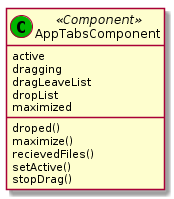
clm2609/VirtualDJ keeps this PlantUML diagram as out/doc/classes/AppTabsComponent.png. Above is the earlier version. The source it was exported from:
```plantuml
@startuml AppTabsComponent
class "AppTabsComponent" as tabs <<(C,#00b500) Component>>{
    active
    dragging
    dragLeaveList
    dropList
    maximized
    droped()
    maximize()
    recievedFiles()
    setActive()
    stopDrag()
}
@enduml
```
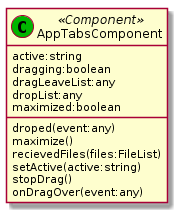
Later version of the same file.

What changed in the source:
```diff
@@ -1,14 +1,15 @@
 @startuml AppTabsComponent
 class "AppTabsComponent" as tabs <<(C,#00b500) Component>>{
-    active
-    dragging
-    dragLeaveList
-    dropList
-    maximized
-    droped()
+    active:string
+    dragging:boolean
+    dragLeaveList:any
+    dropList:any
+    maximized:boolean
+    droped(event:any)
     maximize()
-    recievedFiles()
-    setActive()
+    recievedFiles(files:FileList)
+    setActive(active:string)
     stopDrag()
+    onDragOver(event:any)
 }
 @enduml
```
